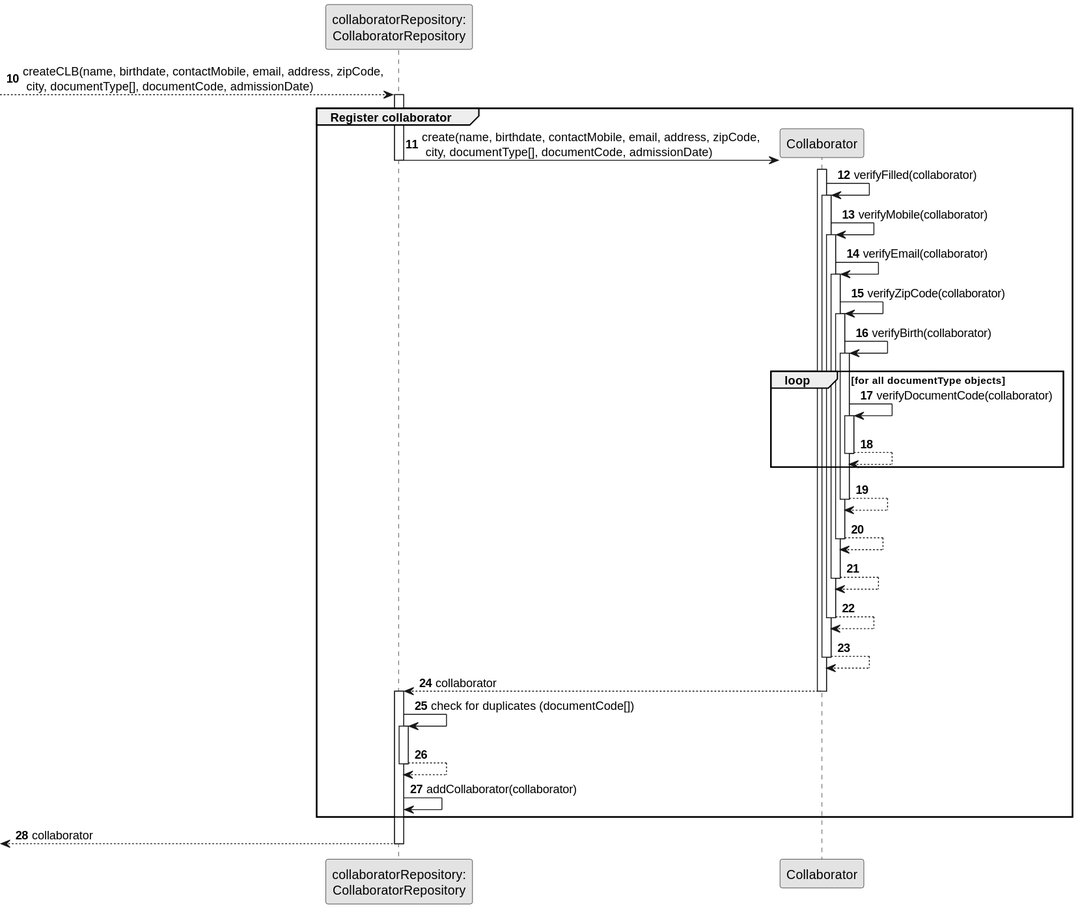
The PlantUML diagram docs/sprintB/us003/03.design/svg/us003-sequence-diagram-partial-register-collab.svg in ricardomm7/leaflink, before a commit.
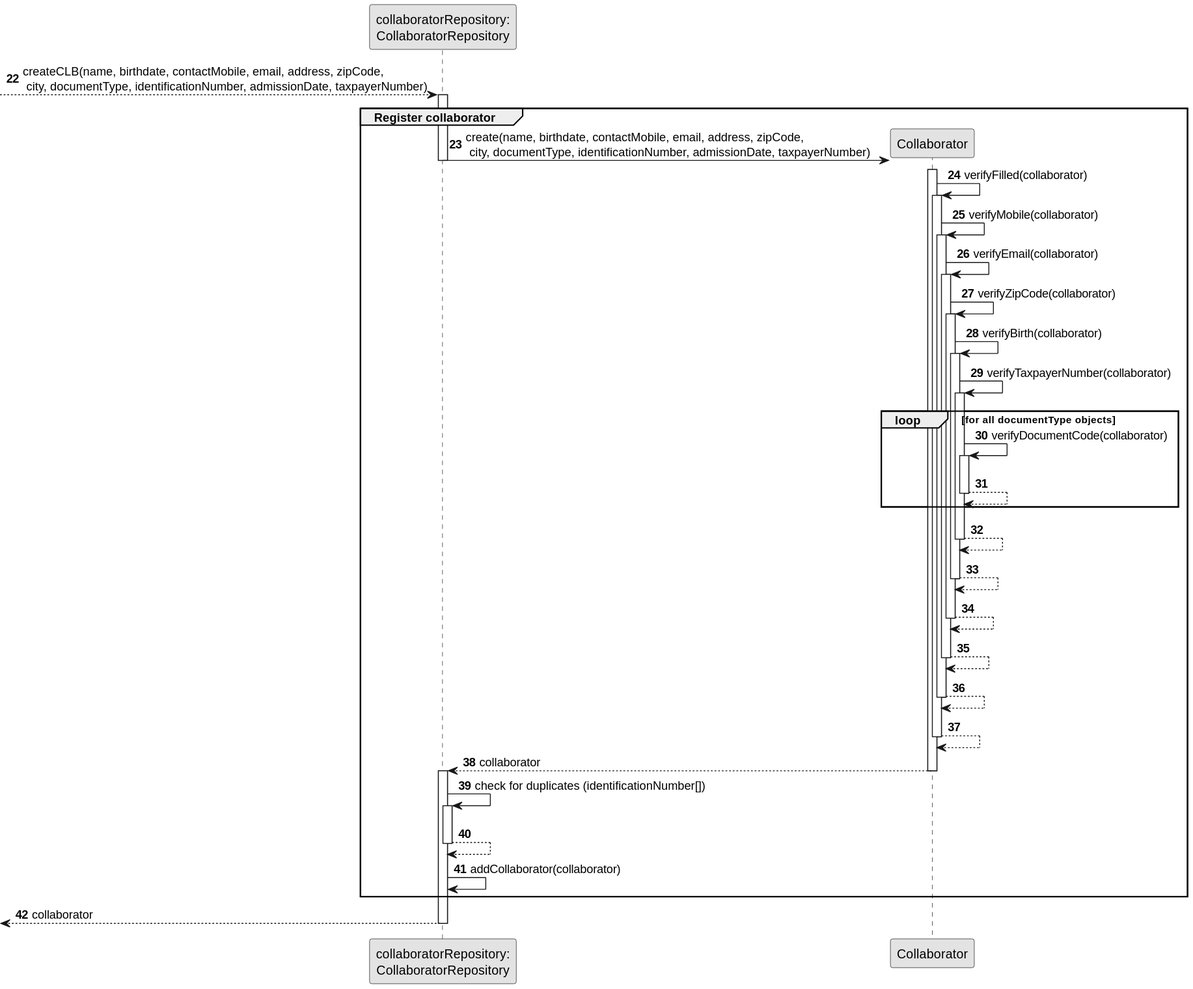
Later version of the same file.

Commit message:
LFC2-145 <US3 coherence check. Images exported.>

What changed in the source:
```diff
@@ -6,11 +6,11 @@
 participant "collaboratorRepository:\nCollaboratorRepository" as CLBREP
 participant "Collaborator" as CLB
 
-autonumber 10
---> CLBREP: createCLB(name, birthdate, contactMobile, email, address, zipCode,\n city, documentType[], documentCode, admissionDate)
+autonumber 22
+--> CLBREP: createCLB(name, birthdate, contactMobile, email, address, zipCode,\n city, documentType, identificationNumber, admissionDate, taxpayerNumber)
 activate CLBREP
     group Register collaborator
-    CLBREP->CLB** : create(name, birthdate, contactMobile, email, address, zipCode,\n city, documentType[], documentCode, admissionDate)
+    CLBREP->CLB** : create(name, birthdate, contactMobile, email, address, zipCode,\n city, documentType, identificationNumber, admissionDate, taxpayerNumber)
 deactivate CLBREP
 
         activate CLB
@@ -23,6 +23,8 @@
         CLB -> CLB : verifyZipCode(collaborator)
         activate CLB
         CLB -> CLB : verifyBirth(collaborator)
+        activate CLB
+        CLB -> CLB : verifyTaxpayerNumber(collaborator)
         activate CLB
 
         loop for all documentType objects
@@ -42,13 +44,15 @@
         deactivate CLB
         CLB --> CLB
         deactivate CLB
+        CLB --> CLB
+        deactivate CLB
 
 
         CLB --> CLBREP : collaborator
         deactivate CLB
         activate CLBREP
 
-CLBREP -> CLBREP : check for duplicates (documentCode[])
+CLBREP -> CLBREP : check for duplicates (identificationNumber[])
 activate CLBREP
 CLBREP --> CLBREP
 deactivate CLBREP
```
